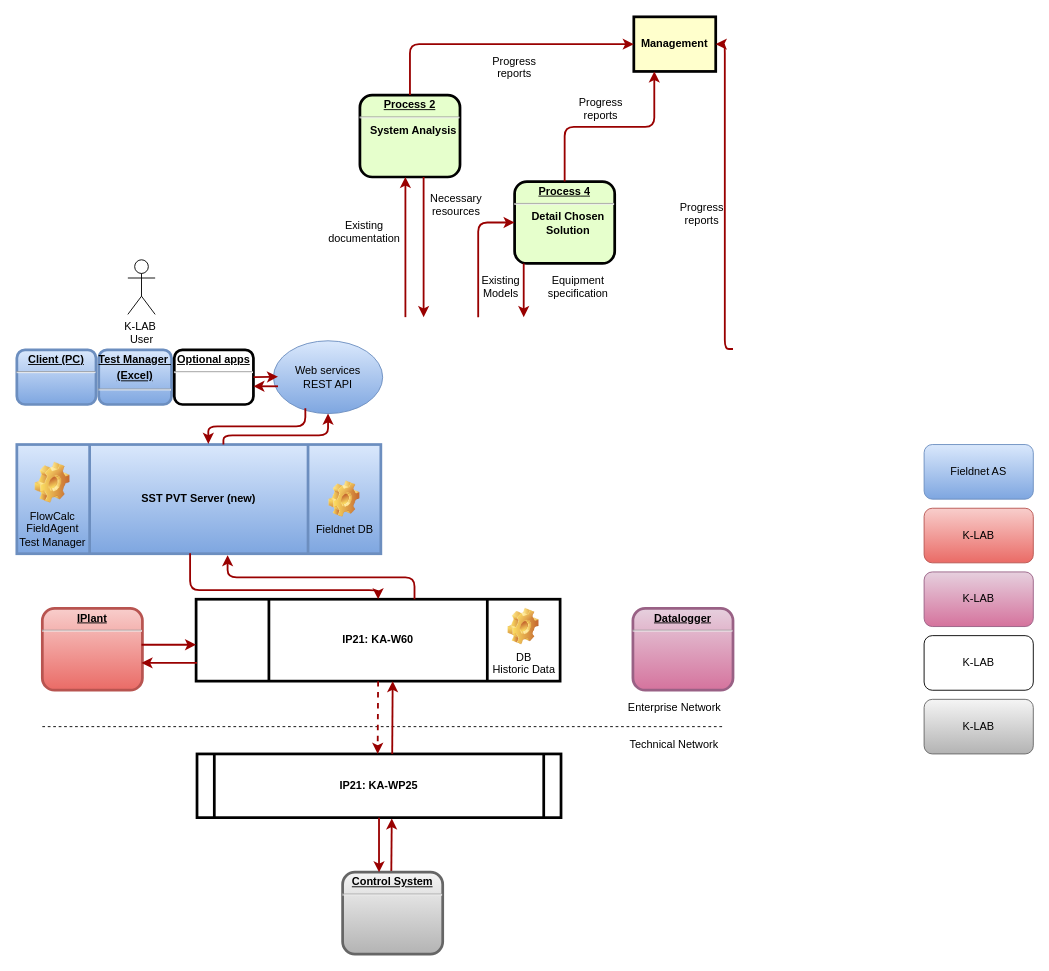
Earlier version of the draw.io diagram IT_K-KLAB_01.drawio (Daniel-72/hello-world). Source tidied: cells renumbered, new cells numbered last; positions are measured from the earlier drawing's top-left corner, leaving out a move shared by most shapes. Both pictures are drawn from the tidied source at 91%, with x=0, y=0 at pixel (16, 16).
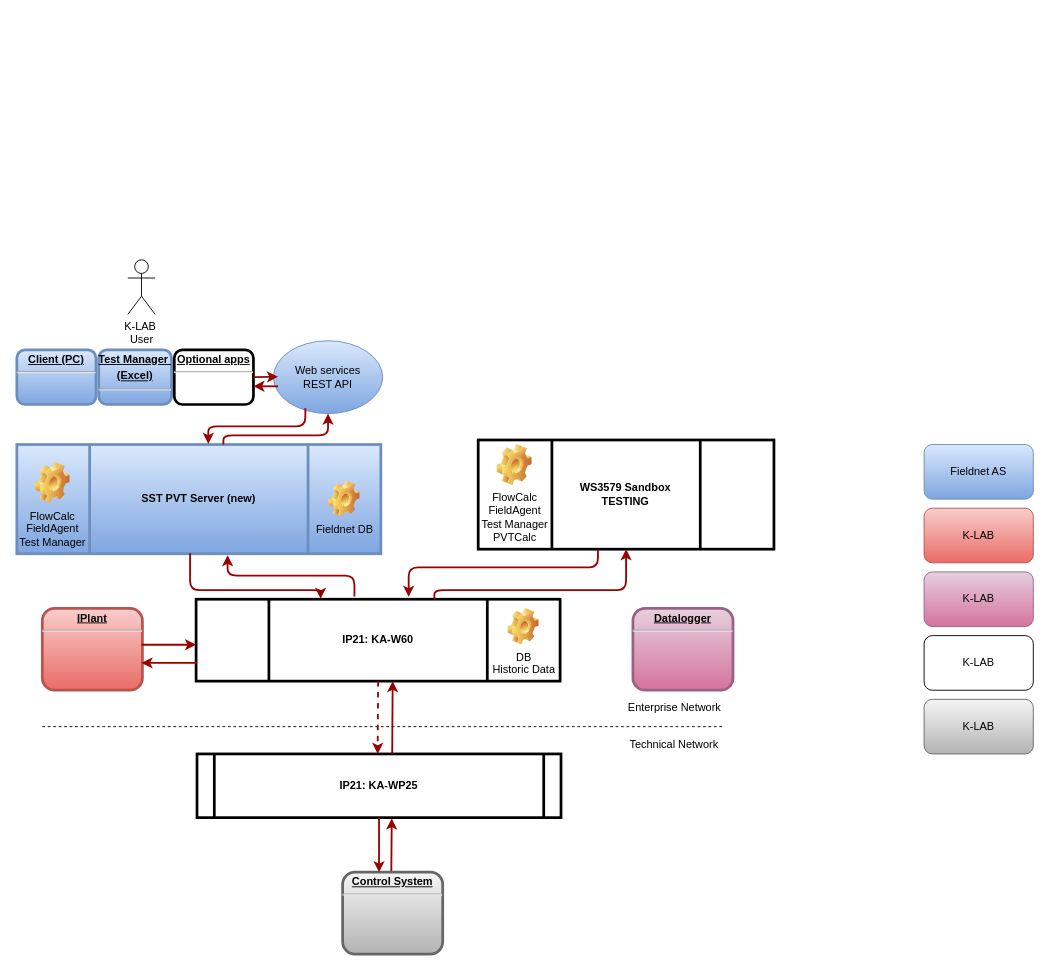
The same page after the edit.

Unchanged cells that the change refers to:
```xml
<mxCell id="26" value="IP21: KA-W60" style="shape=process;whiteSpace=wrap;align=center;verticalAlign=middle;size=0.2;fontStyle=1;strokeWidth=3;" parent="1" vertex="1">
  <mxGeometry x="197" y="640" width="400" height="90" as="geometry" />
</mxCell>
<mxCell id="34" value="SST PVT Server (new)" style="shape=process;whiteSpace=wrap;align=center;verticalAlign=middle;size=0.2;fontStyle=1;strokeWidth=3;gradientColor=#7ea6e0;fillColor=#dae8fc;strokeColor=#6c8ebf;" parent="1" vertex="1">
  <mxGeometry y="470" width="400" height="120" as="geometry" />
</mxCell>
```

What changed in the source:
```diff
@@
-    <mxCell id="2" value="&lt;p style=&quot;margin: 0px; margin-top: 4px; text-align: center; text-decoration: underline;&quot;&gt;&lt;strong&gt;Process 2&lt;br /&gt;&lt;/strong&gt;&lt;/p&gt;&lt;hr /&gt;&lt;p style=&quot;margin: 0px; margin-left: 8px;&quot;&gt;System Analysis&lt;/p&gt;" style="verticalAlign=middle;align=center;overflow=fill;fontSize=12;fontFamily=Helvetica;html=1;rounded=1;fontStyle=1;strokeWidth=3;fillColor=#E6FFCC;" parent="1" vertex="1">
-      <mxGeometry x="377" y="86" width="110" height="90" as="geometry" />
-    </mxCell>
-    <mxCell id="3" value="&lt;p style=&quot;margin: 0px; margin-top: 4px; text-align: center; text-decoration: underline;&quot;&gt;&lt;strong&gt;&lt;strong&gt;Process&lt;/strong&gt; 4&lt;br /&gt;&lt;/strong&gt;&lt;/p&gt;&lt;hr /&gt;&lt;p style=&quot;margin: 0px; margin-left: 8px;&quot;&gt;Detail Chosen&lt;/p&gt;&lt;p style=&quot;margin: 0px; margin-left: 8px;&quot;&gt;Solution&lt;/p&gt;" style="verticalAlign=middle;align=center;overflow=fill;fontSize=12;fontFamily=Helvetica;html=1;rounded=1;fontStyle=1;strokeWidth=3;fillColor=#E6FFCC;" parent="1" vertex="1">
-      <mxGeometry x="547" y="181" width="110" height="90" as="geometry" />
-    </mxCell>
-    <mxCell id="4" value="Management" style="whiteSpace=wrap;align=center;verticalAlign=middle;fontStyle=1;strokeWidth=3;fillColor=#FFFFCC;" parent="1" vertex="1">
-      <mxGeometry x="678" width="90" height="60" as="geometry" />
-    </mxCell>
-    <mxCell id="5" style="edgeStyle=elbowEdgeStyle;elbow=horizontal;strokeColor=#990000;strokeWidth=2;" parent="1" edge="1" target="2">
-      <mxGeometry relative="1" as="geometry">
-        <mxPoint x="427" y="330" as="sourcePoint" />
-        <Array as="points">
-          <mxPoint x="427" y="250" />
-        </Array>
-      </mxGeometry>
-    </mxCell>
-    <mxCell id="6" style="edgeStyle=elbowEdgeStyle;elbow=horizontal;strokeColor=#990000;strokeWidth=2;" parent="1" edge="1" source="2">
-      <mxGeometry relative="1" as="geometry">
-        <mxPoint x="447" y="330" as="targetPoint" />
-        <Array as="points">
-          <mxPoint x="447" y="260" />
-        </Array>
-      </mxGeometry>
-    </mxCell>
-    <mxCell id="7" value="Existing&#10;documentation" style="text;spacingTop=-5;align=center;" parent="1" vertex="1">
-      <mxGeometry x="367" y="221" width="30" height="20" as="geometry" />
-    </mxCell>
-    <mxCell id="8" value="Necessary&#10;resources" style="text;spacingTop=-5;align=center;" parent="1" vertex="1">
-      <mxGeometry x="468" y="191" width="30" height="20" as="geometry" />
-    </mxCell>
-    <mxCell id="9" value="Progress&#10;reports" style="text;spacingTop=-5;align=center;" parent="1" vertex="1">
-      <mxGeometry x="532" y="40" width="30" height="20" as="geometry" />
-    </mxCell>
-    <mxCell id="10" value="Progress&#10;reports" style="text;spacingTop=-5;align=center;" parent="1" vertex="1">
-      <mxGeometry x="627" y="86" width="30" height="20" as="geometry" />
-    </mxCell>
-    <mxCell id="11" value="Progress&#10;reports" style="text;spacingTop=-5;align=center;" parent="1" vertex="1">
-      <mxGeometry x="738" y="201" width="30" height="20" as="geometry" />
-    </mxCell>
-    <mxCell id="12" style="edgeStyle=elbowEdgeStyle;elbow=horizontal;strokeColor=#990000;strokeWidth=2;" parent="1" edge="1" source="2" target="4">
-      <mxGeometry relative="1" as="geometry">
-        <Array as="points">
-          <mxPoint x="432" y="80" />
-        </Array>
-      </mxGeometry>
-    </mxCell>
-    <mxCell id="13" style="edgeStyle=elbowEdgeStyle;elbow=vertical;entryX=0.25;entryY=1;strokeColor=#990000;strokeWidth=2;" parent="1" edge="1" source="3" target="4">
-      <mxGeometry relative="1" as="geometry" />
-    </mxCell>
-    <mxCell id="14" style="edgeStyle=elbowEdgeStyle;elbow=horizontal;strokeColor=#990000;strokeWidth=2;" parent="1" edge="1" target="4">
-      <mxGeometry relative="1" as="geometry">
-        <mxPoint x="787" y="365" as="sourcePoint" />
-      </mxGeometry>
-    </mxCell>
-    <mxCell id="15" style="edgeStyle=elbowEdgeStyle;elbow=horizontal;strokeColor=#990000;strokeWidth=2;" parent="1" edge="1" source="3">
-      <mxGeometry relative="1" as="geometry">
-        <mxPoint x="557" y="330" as="targetPoint" />
-        <Array as="points">
-          <mxPoint x="557" y="300" />
-        </Array>
-      </mxGeometry>
-    </mxCell>
-    <mxCell id="16" style="edgeStyle=segmentEdgeStyle;strokeColor=#990000;strokeWidth=2;" parent="1" edge="1" target="3">
-      <mxGeometry relative="1" as="geometry">
-        <mxPoint x="507" y="330" as="sourcePoint" />
-        <Array as="points">
-          <mxPoint x="507" y="226" />
-        </Array>
-      </mxGeometry>
-    </mxCell>
-    <mxCell id="17" value="Existing&#10;Models" style="text;spacingTop=-5;align=center;" parent="1" vertex="1">
-      <mxGeometry x="517" y="281" width="30" height="20" as="geometry" />
-    </mxCell>
-    <mxCell id="18" value="Equipment&#10;specification" style="text;spacingTop=-5;align=center;" parent="1" vertex="1">
-      <mxGeometry x="602" y="281" width="30" height="20" as="geometry" />
-    </mxCell>
@@
-    <mxCell id="37" style="edgeStyle=elbowEdgeStyle;elbow=vertical;endArrow=classic;html=1;strokeColor=#990000;strokeWidth=2;entryX=0.579;entryY=1.013;entryDx=0;entryDy=0;entryPerimeter=0;exitX=0.579;exitY=1.013;exitDx=0;exitDy=0;exitPerimeter=0;" parent="1" edge="1" target="34">
+    <mxCell id="37" style="edgeStyle=elbowEdgeStyle;elbow=vertical;endArrow=classic;html=1;strokeColor=#990000;strokeWidth=2;entryX=0.579;entryY=1.013;entryDx=0;entryDy=0;entryPerimeter=0;" parent="1" edge="1" target="34">
       <mxGeometry relative="1" as="geometry">
-        <mxPoint x="437" y="640" as="sourcePoint" />
+        <mxPoint x="371" y="637" as="sourcePoint" />
       </mxGeometry>
     </mxCell>
-    <mxCell id="38" style="edgeStyle=elbowEdgeStyle;elbow=vertical;endArrow=classic;html=1;strokeColor=#990000;strokeWidth=2;entryX=0.476;entryY=0.995;entryDx=0;entryDy=0;entryPerimeter=0;exitX=0.476;exitY=0.995;exitDx=0;exitDy=0;exitPerimeter=0;" parent="1" edge="1" source="34">
+    <mxCell id="38" style="edgeStyle=elbowEdgeStyle;elbow=vertical;endArrow=classic;html=1;strokeColor=#990000;strokeWidth=2;entryX=0.342;entryY=-0.006;entryDx=0;entryDy=0;entryPerimeter=0;exitX=0.476;exitY=0.995;exitDx=0;exitDy=0;exitPerimeter=0;" parent="1" edge="1" source="34" target="26">
       <mxGeometry relative="1" as="geometry">
-        <mxPoint x="397" y="640" as="targetPoint" />
         <Array as="points">
           <mxPoint x="287" y="630" />
         </Array>
       </mxGeometry>
     </mxCell>
@@
+    <mxCell id="53" value="WS3579 Sandbox&#10;TESTING" style="shape=process;whiteSpace=wrap;align=center;verticalAlign=middle;size=0.25;fontStyle=1;strokeWidth=3;" parent="1" vertex="1">
+      <mxGeometry x="507" y="465" width="325" height="120" as="geometry" />
+    </mxCell>
+    <mxCell id="54" value="FlowCalc&lt;br&gt;FieldAgent&lt;br&gt;Test Manager&lt;br&gt;PVTCalc" style="shape=image;html=1;verticalLabelPosition=bottom;verticalAlign=top;imageAspect=1;image=img/clipart/Gear_128x128.png;" parent="1" vertex="1">
+      <mxGeometry x="527.8" y="470" width="38.4" height="45" as="geometry" />
+    </mxCell>
+    <mxCell id="55" style="edgeStyle=elbowEdgeStyle;elbow=vertical;endArrow=classic;html=1;strokeColor=#990000;strokeWidth=2;exitX=0.292;exitY=0.925;exitDx=0;exitDy=0;exitPerimeter=0;entryX=0.584;entryY=-0.03;entryDx=0;entryDy=0;entryPerimeter=0;" parent="1" edge="1" target="26">
+      <mxGeometry relative="1" as="geometry">
+        <mxPoint x="638.6" y="585" as="sourcePoint" />
+        <Array as="points">
+          <mxPoint x="653.6" y="605" />
+        </Array>
+      </mxGeometry>
+    </mxCell>
+    <mxCell id="56" style="edgeStyle=elbowEdgeStyle;elbow=vertical;endArrow=classic;html=1;strokeColor=#990000;strokeWidth=2;exitX=0.476;exitY=0.995;exitDx=0;exitDy=0;exitPerimeter=0;entryX=0.5;entryY=1;entryDx=0;entryDy=0;" parent="1" edge="1" target="53">
+      <mxGeometry relative="1" as="geometry">
+        <mxPoint x="458.8" y="640" as="sourcePoint" />
+        <Array as="points">
+          <mxPoint x="573.8" y="630" />
+        </Array>
+      </mxGeometry>
+    </mxCell>
```
